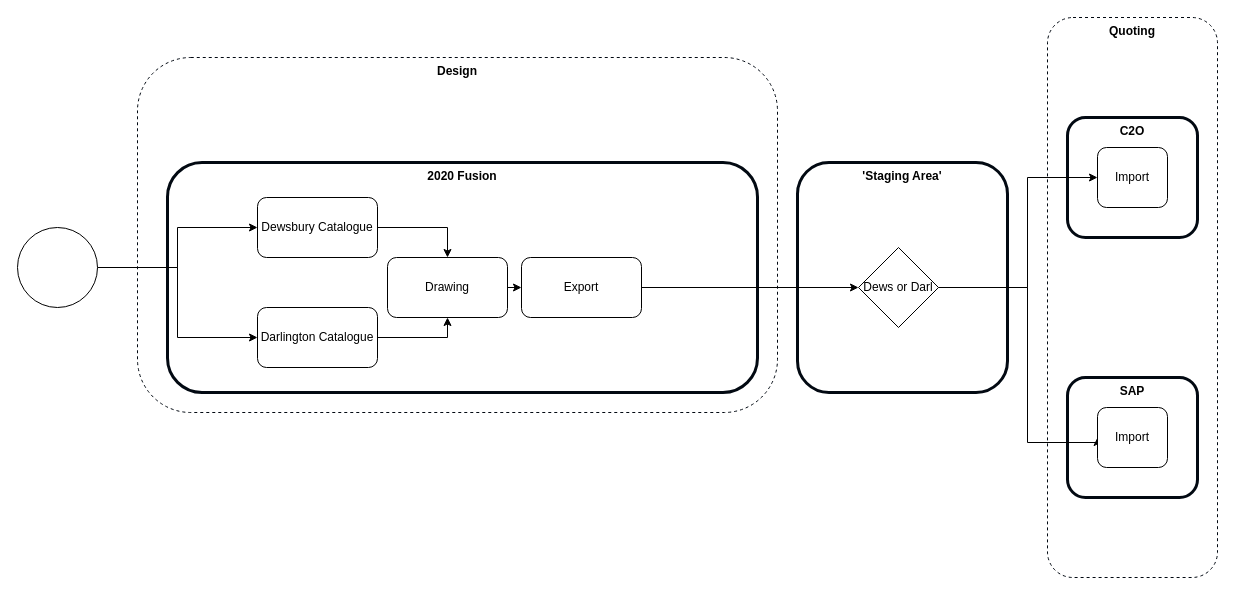
The draw.io diagram page "Post Design- Multi Catalogue" (6 of 7) of Mendel.drawio in mrf742002/Diagrams, before the edit. Source tidied: cells renumbered, new cells numbered last; positions are measured from the earlier drawing's top-left corner, leaving out a move shared by most shapes. Both pictures are drawn from the tidied source at 100%, with x=0, y=0 at pixel (17, 17).
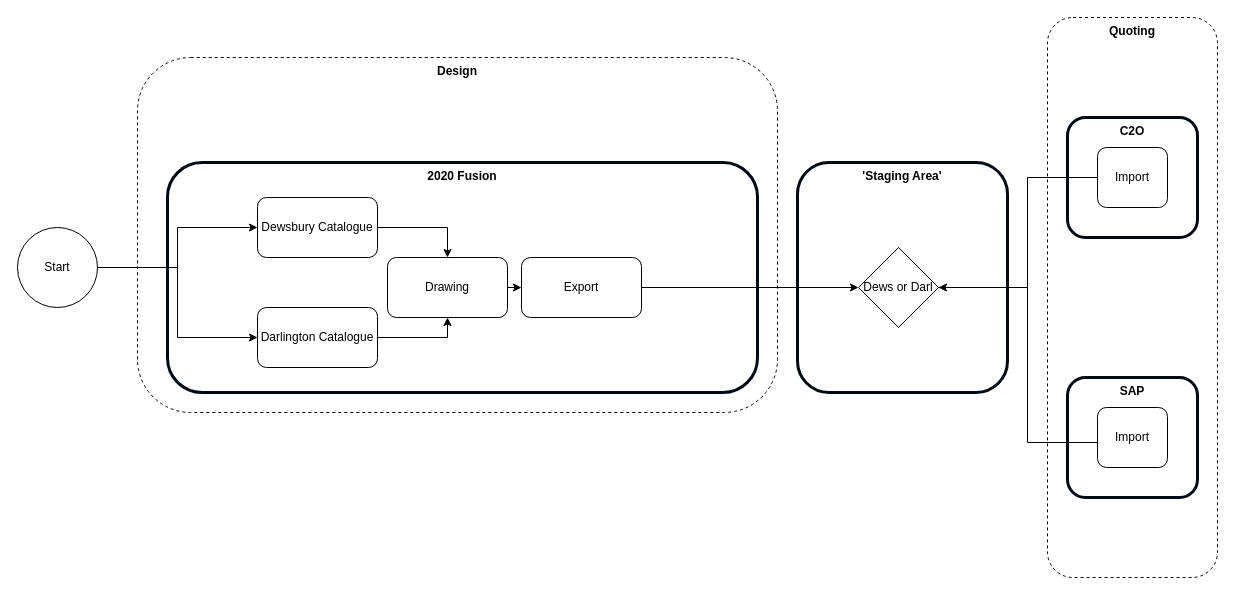
Above is the later version.

The change refers to these unchanged cells:
```xml
<mxCell id="16" value="Import" style="rounded=1;whiteSpace=wrap;html=1;" parent="1" vertex="1">
  <mxGeometry x="1080" y="130" width="70" height="60" as="geometry" />
</mxCell>
<mxCell id="18" value="Import" style="rounded=1;whiteSpace=wrap;html=1;" parent="1" vertex="1">
  <mxGeometry x="1080" y="390" width="70" height="60" as="geometry" />
</mxCell>
<mxCell id="23" value="Dews or Darl" style="rhombus;whiteSpace=wrap;html=1;" parent="1" vertex="1">
  <mxGeometry x="841" y="230" width="80" height="80" as="geometry" />
</mxCell>
```

What changed in the source:
```diff
@@
-    <mxCell id="17" style="edgeStyle=orthogonalEdgeStyle;rounded=0;jettySize=auto;html=1;exitX=1;exitY=0.5;exitDx=0;exitDy=0;entryX=0;entryY=0.5;entryDx=0;entryDy=0;" parent="1" edge="1" source="23" target="18">
+    <mxCell id="17" style="edgeStyle=orthogonalEdgeStyle;rounded=0;jettySize=auto;html=1;exitX=1;exitY=0.5;exitDx=0;exitDy=0;entryX=0;entryY=0.5;entryDx=0;entryDy=0;endArrow=none;endFill=0;" parent="1" edge="1" source="23" target="18">
       <mxGeometry relative="1" as="geometry">
         <Array as="points">
           <mxPoint x="1010" y="270" />
           <mxPoint x="1010" y="425" />
         </Array>
       </mxGeometry>
     </mxCell>
@@
-    <mxCell id="21" style="ellipse;whiteSpace=wrap;html=1;" parent="1" vertex="1">
+    <mxCell id="21" value="Start" style="ellipse;whiteSpace=wrap;html=1;" parent="1" vertex="1">
       <mxGeometry y="210" width="80" height="80" as="geometry" />
     </mxCell>
-    <mxCell id="22" style="edgeStyle=orthogonalEdgeStyle;rounded=0;jettySize=auto;html=1;exitX=1;exitY=0.5;exitDx=0;exitDy=0;entryX=0;entryY=0.5;entryDx=0;entryDy=0;" parent="1" edge="1" source="23" target="16">
+    <mxCell id="22" style="edgeStyle=orthogonalEdgeStyle;rounded=0;jettySize=auto;html=1;exitX=1;exitY=0.5;exitDx=0;exitDy=0;entryX=0;entryY=0.5;entryDx=0;entryDy=0;startArrow=classic;startFill=1;endArrow=none;endFill=0;" parent="1" edge="1" source="23" target="16">
       <mxGeometry relative="1" as="geometry">
         <Array as="points">
           <mxPoint x="1010" y="270" />
           <mxPoint x="1010" y="160" />
         </Array>
       </mxGeometry>
     </mxCell>
```
